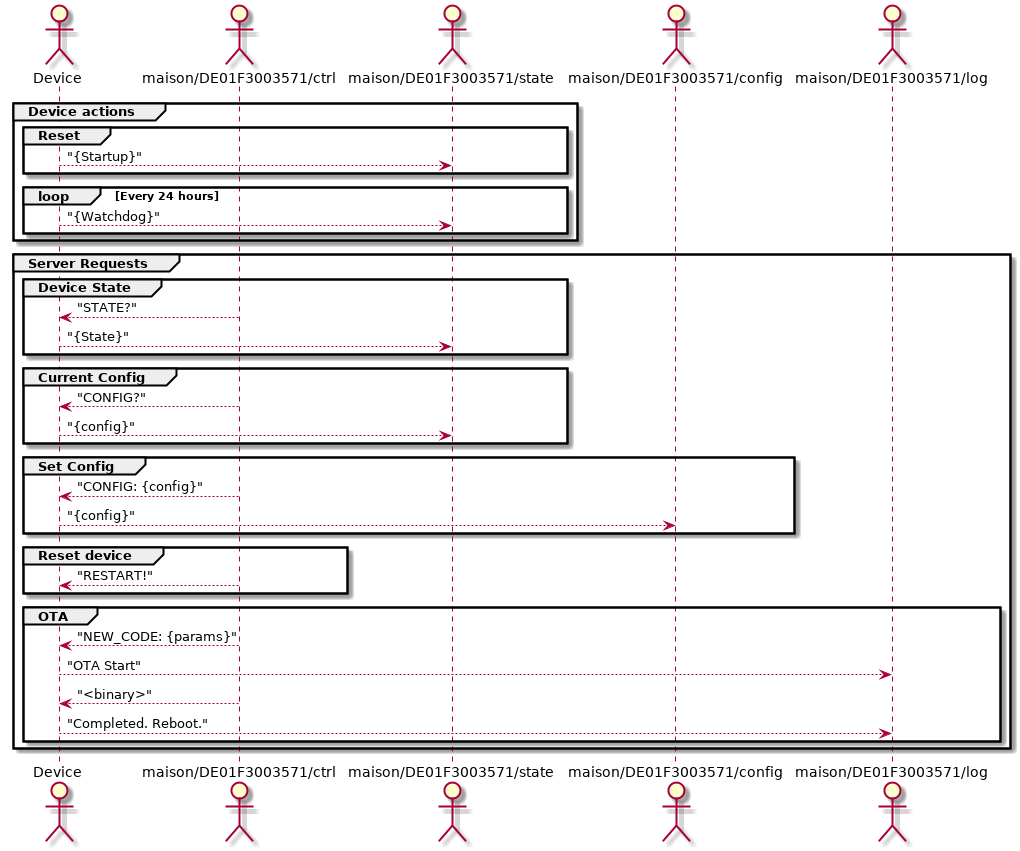
The PlantUML diagram doc/sequence_uml.png in turgu1/maison, before a commit. Its diagram source:
```plantuml
@startuml


actor Device
actor device_ctrl as "maison/DE01F3003571/ctrl"
actor server_status as "maison/DE01F3003571/state"
actor server_config as "maison/DE01F3003571/config"
actor server_log as "maison/DE01F3003571/log"

group Device actions
  group Reset
    Device --> server_status : "{Startup}"
  end
  loop Every 24 hours
    Device --> server_status : "{Watchdog}"
  end
end

group Server Requests
  group Device State
    device_ctrl --> Device : "STATE?"
    Device --> server_status : "{State}"
  end

  group Current Config
    device_ctrl --> Device : "CONFIG?"
    Device --> server_status : "{config}"
  end

  group Set Config
    device_ctrl --> Device : "CONFIG: {config}"
    Device --> server_config : "{config}"
  end

  group Reset device
    device_ctrl --> Device : "RESTART!"
  end

  group OTA
    device_ctrl --> Device : "NEW_CODE: {params}"
    Device --> server_log : "OTA Start"
    device_ctrl --> Device : "<binary>"
    Device --> server_log : "Completed. Reboot."
  end
end
@enduml
```
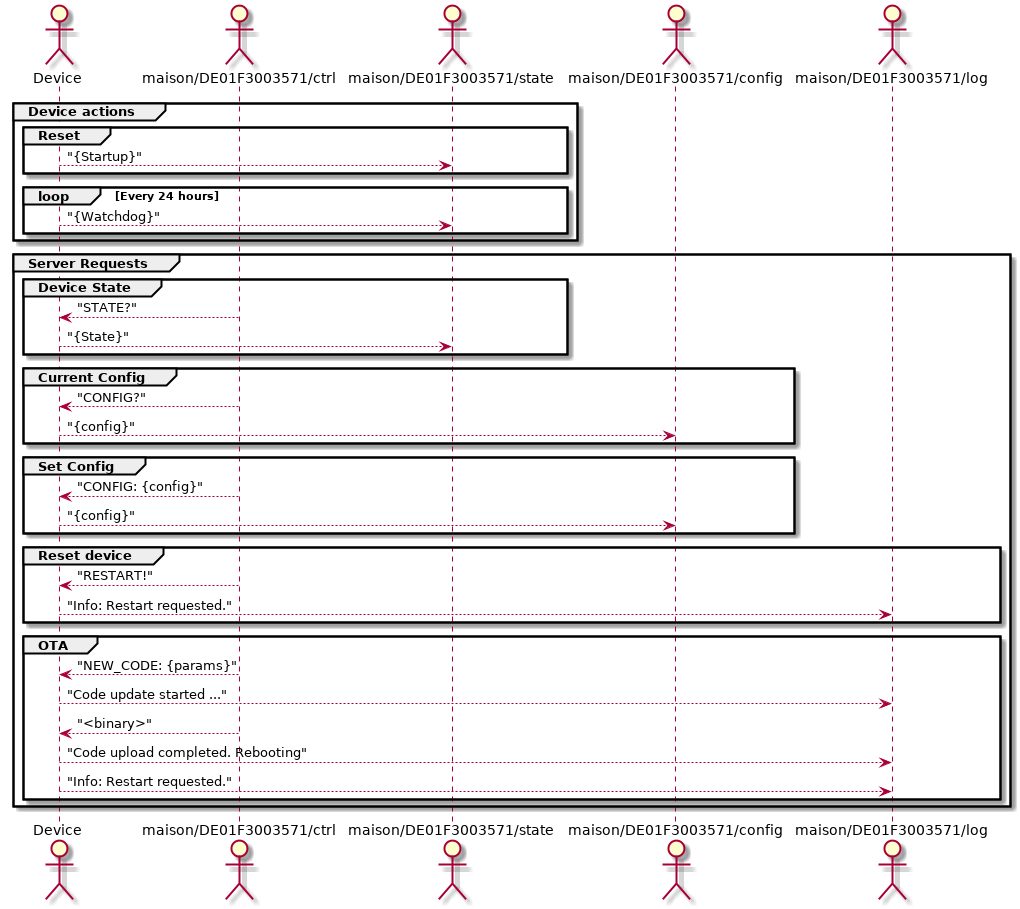
After the commit.

The edit, as a diff of the source:
```diff
@@ -24,7 +24,7 @@
 
   group Current Config
     device_ctrl --> Device : "CONFIG?"
-    Device --> server_status : "{config}"
+    Device --> server_config : "{config}"
   end
 
   group Set Config
@@ -34,13 +34,15 @@
 
   group Reset device
     device_ctrl --> Device : "RESTART!"
+    Device --> server_log : "Info: Restart requested."
   end
 
   group OTA
     device_ctrl --> Device : "NEW_CODE: {params}"
-    Device --> server_log : "OTA Start"
+    Device --> server_log : "Code update started ..."
     device_ctrl --> Device : "<binary>"
-    Device --> server_log : "Completed. Reboot."
+    Device --> server_log : "Code upload completed. Rebooting"
+    Device --> server_log : "Info: Restart requested."
   end
 end
 @enduml
```
